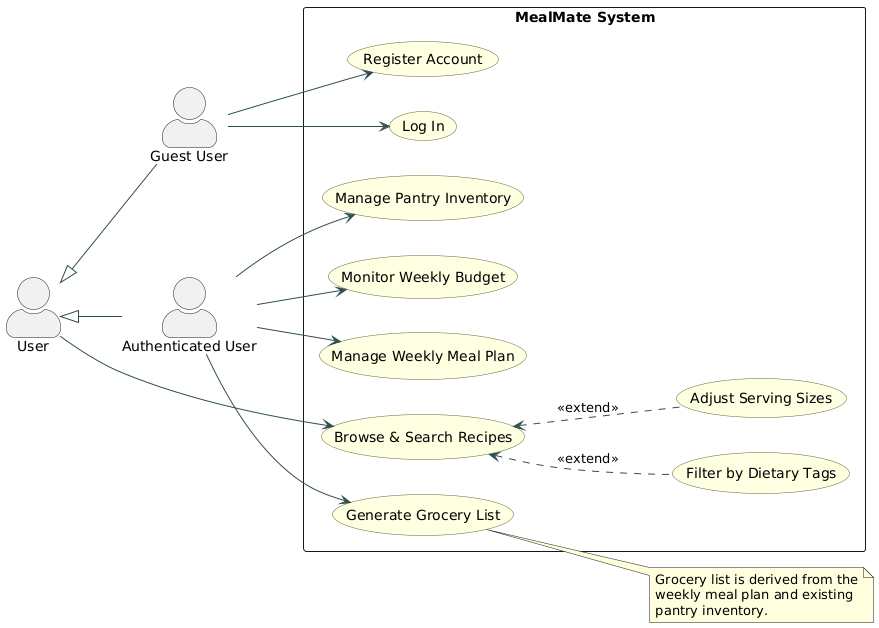
Above: diagrams/use_case_diagram.png in OmarIUBH/software-engineering-project (PlantUML), before the change.
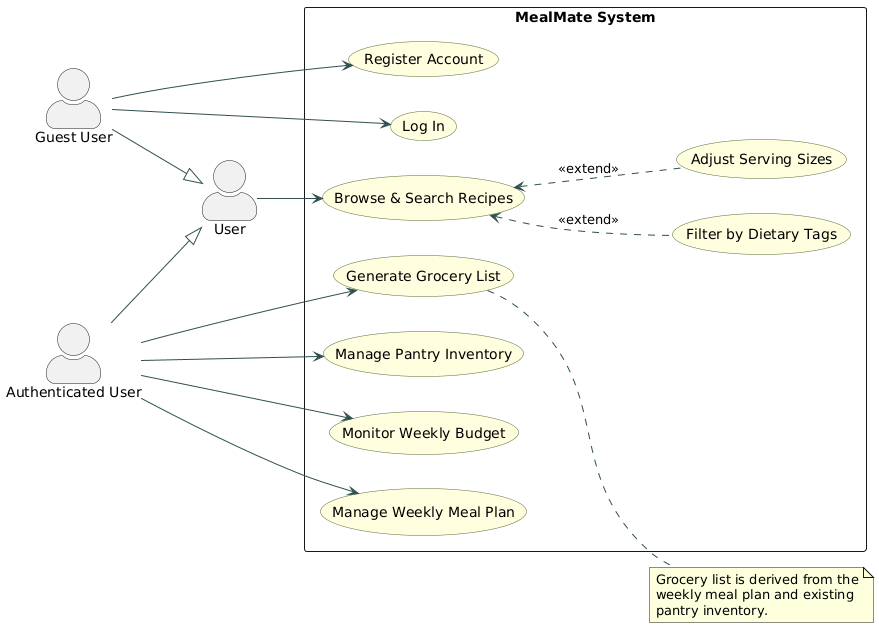
Later version of the same file.

Commit message:
docs: finalize actor generalization tree symmetry

Change to the diagram source:
```diff
@@ -11,8 +11,8 @@
 actor "Guest User" as Guest
 actor "Authenticated User" as AuthUser
 
-U <|-- Guest
-U <|-- AuthUser
+Guest --|> U
+AuthUser --|> U
 
 rectangle "MealMate System" {
   usecase "Register Account"             as UC_Reg
```
